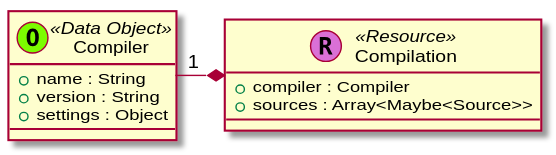
The PlantUML diagram contrib/trufflesuite/data-model/_images/plantuml-f503edd52f7ab30a881d98e850872974600c1f43.svg in trufflesuite/artifact-updates, before a commit. Source of this version:
```plantuml
@startuml







class Compilation << (R,orchid) Resource >> {
  + compiler : Compiler
  + sources : Array<Maybe<Source>>
}

class Compiler << (O,lawngreen) Data Object >> {
  + name : String
  + version : String
  + settings : Object
}

Compilation *-left- "1" Compiler
















































@enduml
```
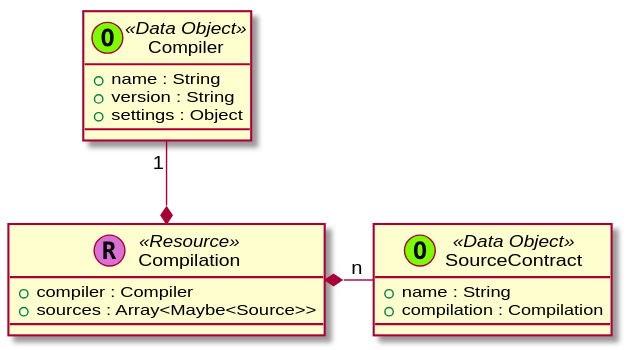
Later version of the same file.

Diff of the diagram source:
```diff
@@ -1,23 +1,4 @@
 @startuml
-
-
-
-
-
-
-
-class Compilation << (R,orchid) Resource >> {
-  + compiler : Compiler
-  + sources : Array<Maybe<Source>>
-}
-
-class Compiler << (O,lawngreen) Data Object >> {
-  + name : String
-  + version : String
-  + settings : Object
-}
-
-Compilation *-left- "1" Compiler
 
 
 
@@ -31,12 +12,36 @@
 
 
 
+  class Compilation << (R,orchid) Resource >> {
+    + compiler : Compiler
+    + sources : Array<Maybe<Source>>
+  }
+
+  class Compiler << (O,lawngreen) Data Object >> {
+    + name : String
+    + version : String
+    + settings : Object
+  }
+
+  Compiler "1" --* Compilation
+  SourceContract "n" -right-* Compilation
 
 
 
 
 
 
+
+
+
+
+
+
+
+  class SourceContract << (O,lawngreen) Data Object >> {
+    + name : String
+    + compilation : Compilation
+  }
 
 
 
```
